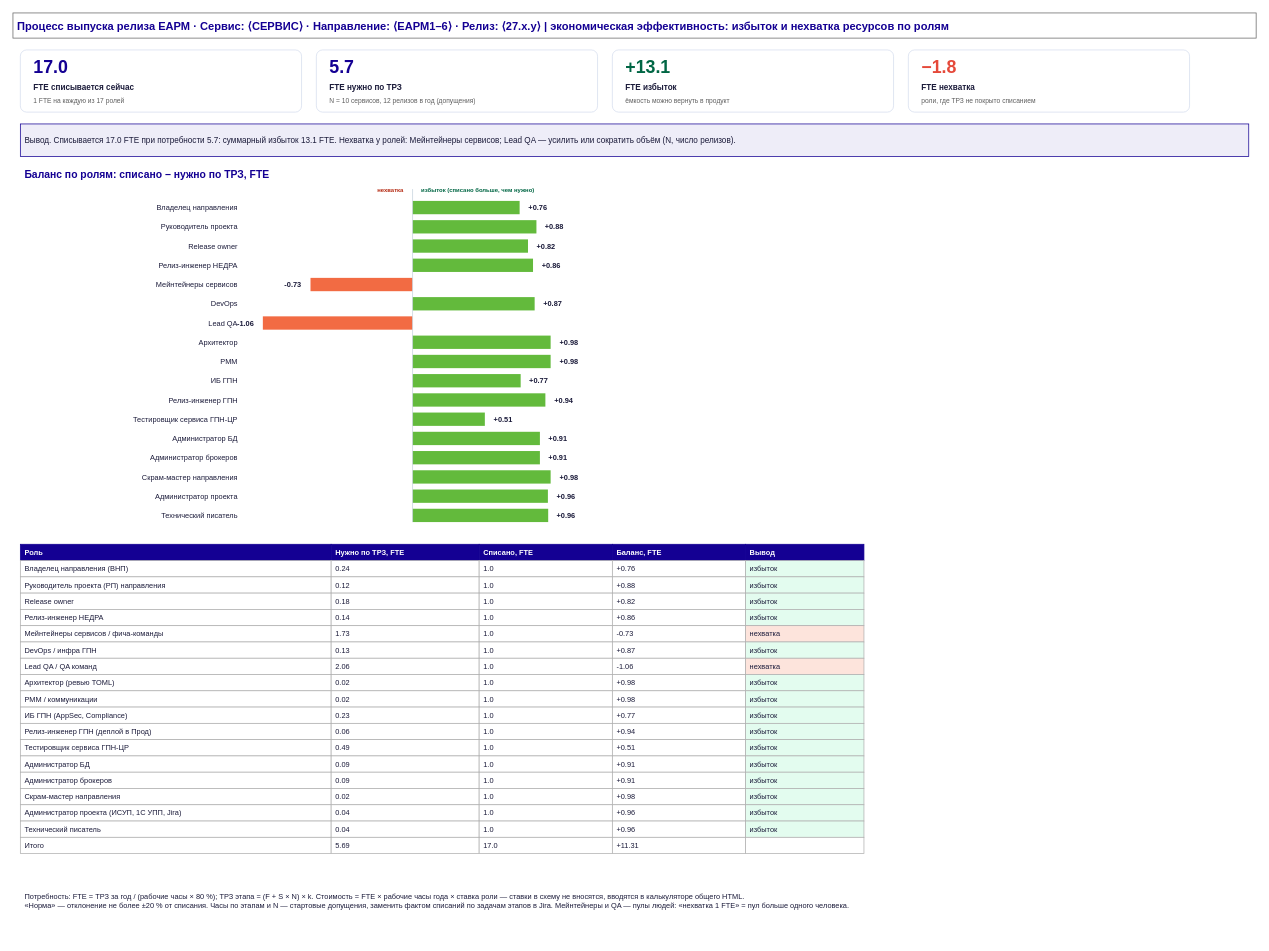
Earlier version of the draw.io diagram page "7. Экономика и ресурсы" (7 of 7) of docs/drawio/10-release-process.drawio (KMNV777/main_arsen). Source tidied: cells renumbered, new cells numbered last; positions are measured from the earlier drawing's top-left corner, leaving out a move shared by most shapes. Both pictures are drawn from the tidied source at 74%, with x=0, y=0 at pixel (13, 13).
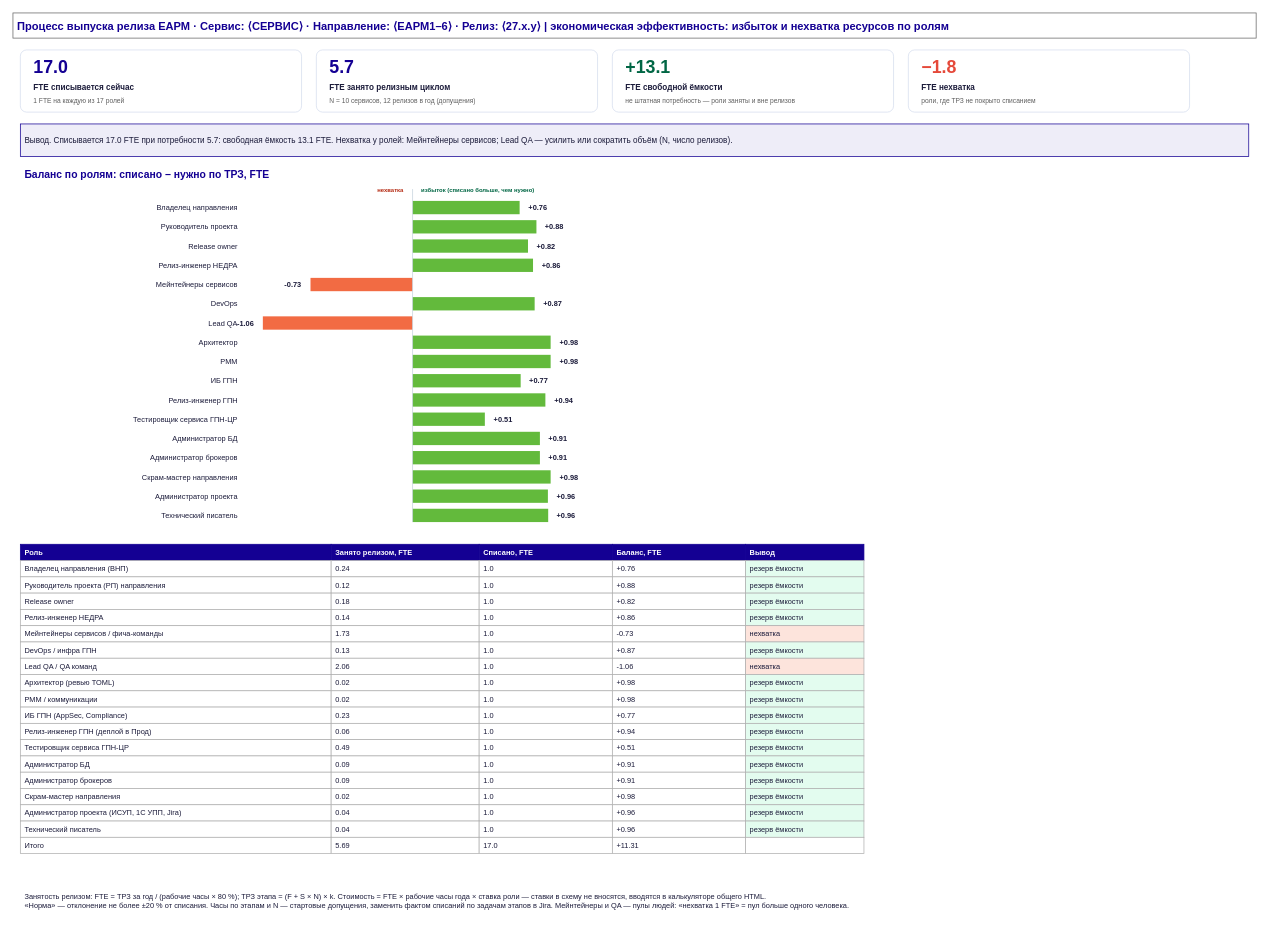
Above is the later version.

Change to the diagram source:
```diff
@@
-    <mxCell id="9" value="&lt;b&gt;FTE нужно по ТРЗ&lt;/b&gt;" style="text;html=1;whiteSpace=wrap;fillColor=none;strokeColor=none;strokeWidth=1;fontSize=11;fontColor=#1B1B3A;align=left;verticalAlign=middle;spacingLeft=4;spacingRight=4;spacingTop=2;spacingBottom=2;" parent="1" vertex="1">
+    <mxCell id="9" value="&lt;b&gt;FTE занято релизным циклом&lt;/b&gt;" style="text;html=1;whiteSpace=wrap;fillColor=none;strokeColor=none;strokeWidth=1;fontSize=11;fontColor=#1B1B3A;align=left;verticalAlign=middle;spacingLeft=4;spacingRight=4;spacingTop=2;spacingBottom=2;" parent="1" vertex="1">
       <mxGeometry x="422" y="90" width="356" height="20" as="geometry" />
     </mxCell>
@@
-    <mxCell id="13" value="&lt;b&gt;FTE избыток&lt;/b&gt;" style="text;html=1;whiteSpace=wrap;fillColor=none;strokeColor=none;strokeWidth=1;fontSize=11;fontColor=#1B1B3A;align=left;verticalAlign=middle;spacingLeft=4;spacingRight=4;spacingTop=2;spacingBottom=2;" parent="1" vertex="1">
+    <mxCell id="13" value="&lt;b&gt;FTE свободной ёмкости&lt;/b&gt;" style="text;html=1;whiteSpace=wrap;fillColor=none;strokeColor=none;strokeWidth=1;fontSize=11;fontColor=#1B1B3A;align=left;verticalAlign=middle;spacingLeft=4;spacingRight=4;spacingTop=2;spacingBottom=2;" parent="1" vertex="1">
       <mxGeometry x="822" y="90" width="356" height="20" as="geometry" />
     </mxCell>
-    <mxCell id="14" value="ёмкость можно вернуть в продукт" style="text;html=1;whiteSpace=wrap;fillColor=none;strokeColor=none;strokeWidth=1;fontSize=9;fontColor=#5E5E5E;align=left;verticalAlign=middle;spacingLeft=4;spacingRight=4;spacingTop=2;spacingBottom=2;" parent="1" vertex="1">
+    <mxCell id="14" value="не штатная потребность — роли заняты и вне релизов" style="text;html=1;whiteSpace=wrap;fillColor=none;strokeColor=none;strokeWidth=1;fontSize=9;fontColor=#5E5E5E;align=left;verticalAlign=middle;spacingLeft=4;spacingRight=4;spacingTop=2;spacingBottom=2;" parent="1" vertex="1">
       <mxGeometry x="822" y="108" width="356" height="22" as="geometry" />
     </mxCell>
@@
-    <mxCell id="19" value="Вывод. Списывается 17.0 FTE при потребности 5.7: суммарный избыток 13.1 FTE. Нехватка у ролей: Мейнтейнеры сервисов; Lead QA — усилить или сократить объём (N, число релизов)." style="rounded=0;whiteSpace=wrap;html=1;fillColor=#EEEDF8;strokeColor=#140093;strokeWidth=1;fontSize=11;fontColor=#1B1B3A;align=left;verticalAlign=middle;spacingLeft=4;spacingRight=4;spacingTop=2;spacingBottom=2;" parent="1" vertex="1">
+    <mxCell id="19" value="Вывод. Списывается 17.0 FTE при потребности 5.7: свободная ёмкость 13.1 FTE. Нехватка у ролей: Мейнтейнеры сервисов; Lead QA — усилить или сократить объём (N, число релизов)." style="rounded=0;whiteSpace=wrap;html=1;fillColor=#EEEDF8;strokeColor=#140093;strokeWidth=1;fontSize=11;fontColor=#1B1B3A;align=left;verticalAlign=middle;spacingLeft=4;spacingRight=4;spacingTop=2;spacingBottom=2;" parent="1" vertex="1">
       <mxGeometry x="10" y="150" width="1660" height="44" as="geometry" />
     </mxCell>
@@
-    <mxCell id="75" value="&lt;b&gt;Нужно по ТРЗ, FTE&lt;/b&gt;" style="rounded=0;whiteSpace=wrap;html=1;fillColor=#140093;strokeColor=#140093;strokeWidth=1;fontSize=10;fontColor=#FFFFFF;align=left;verticalAlign=middle;spacingLeft=4;spacingRight=4;spacingTop=2;spacingBottom=2;" parent="1" vertex="1">
+    <mxCell id="75" value="&lt;b&gt;Занято релизом, FTE&lt;/b&gt;" style="rounded=0;whiteSpace=wrap;html=1;fillColor=#140093;strokeColor=#140093;strokeWidth=1;fontSize=10;fontColor=#FFFFFF;align=left;verticalAlign=middle;spacingLeft=4;spacingRight=4;spacingTop=2;spacingBottom=2;" parent="1" vertex="1">
       <mxGeometry x="430" y="718" width="200" height="22" as="geometry" />
     </mxCell>
@@
-    <mxCell id="83" value="избыток" style="rounded=0;whiteSpace=wrap;html=1;fillColor=#E3FCEF;strokeColor=#B0B0B0;strokeWidth=1;fontSize=10;fontColor=#1B1B3A;align=left;verticalAlign=middle;spacingLeft=4;spacingRight=4;spacingTop=2;spacingBottom=2;" parent="1" vertex="1">
+    <mxCell id="83" value="резерв ёмкости" style="rounded=0;whiteSpace=wrap;html=1;fillColor=#E3FCEF;strokeColor=#B0B0B0;strokeWidth=1;fontSize=10;fontColor=#1B1B3A;align=left;verticalAlign=middle;spacingLeft=4;spacingRight=4;spacingTop=2;spacingBottom=2;" parent="1" vertex="1">
       <mxGeometry x="990" y="740" width="160" height="22" as="geometry" />
     </mxCell>
@@
-    <mxCell id="88" value="избыток" style="rounded=0;whiteSpace=wrap;html=1;fillColor=#E3FCEF;strokeColor=#B0B0B0;strokeWidth=1;fontSize=10;fontColor=#1B1B3A;align=left;verticalAlign=middle;spacingLeft=4;spacingRight=4;spacingTop=2;spacingBottom=2;" parent="1" vertex="1">
+    <mxCell id="88" value="резерв ёмкости" style="rounded=0;whiteSpace=wrap;html=1;fillColor=#E3FCEF;strokeColor=#B0B0B0;strokeWidth=1;fontSize=10;fontColor=#1B1B3A;align=left;verticalAlign=middle;spacingLeft=4;spacingRight=4;spacingTop=2;spacingBottom=2;" parent="1" vertex="1">
       <mxGeometry x="990" y="762" width="160" height="22" as="geometry" />
     </mxCell>
@@
-    <mxCell id="93" value="избыток" style="rounded=0;whiteSpace=wrap;html=1;fillColor=#E3FCEF;strokeColor=#B0B0B0;strokeWidth=1;fontSize=10;fontColor=#1B1B3A;align=left;verticalAlign=middle;spacingLeft=4;spacingRight=4;spacingTop=2;spacingBottom=2;" parent="1" vertex="1">
+    <mxCell id="93" value="резерв ёмкости" style="rounded=0;whiteSpace=wrap;html=1;fillColor=#E3FCEF;strokeColor=#B0B0B0;strokeWidth=1;fontSize=10;fontColor=#1B1B3A;align=left;verticalAlign=middle;spacingLeft=4;spacingRight=4;spacingTop=2;spacingBottom=2;" parent="1" vertex="1">
       <mxGeometry x="990" y="784" width="160" height="22" as="geometry" />
     </mxCell>
@@
-    <mxCell id="98" value="избыток" style="rounded=0;whiteSpace=wrap;html=1;fillColor=#E3FCEF;strokeColor=#B0B0B0;strokeWidth=1;fontSize=10;fontColor=#1B1B3A;align=left;verticalAlign=middle;spacingLeft=4;spacingRight=4;spacingTop=2;spacingBottom=2;" parent="1" vertex="1">
+    <mxCell id="98" value="резерв ёмкости" style="rounded=0;whiteSpace=wrap;html=1;fillColor=#E3FCEF;strokeColor=#B0B0B0;strokeWidth=1;fontSize=10;fontColor=#1B1B3A;align=left;verticalAlign=middle;spacingLeft=4;spacingRight=4;spacingTop=2;spacingBottom=2;" parent="1" vertex="1">
       <mxGeometry x="990" y="806" width="160" height="22" as="geometry" />
     </mxCell>
@@
-    <mxCell id="108" value="избыток" style="rounded=0;whiteSpace=wrap;html=1;fillColor=#E3FCEF;strokeColor=#B0B0B0;strokeWidth=1;fontSize=10;fontColor=#1B1B3A;align=left;verticalAlign=middle;spacingLeft=4;spacingRight=4;spacingTop=2;spacingBottom=2;" parent="1" vertex="1">
+    <mxCell id="108" value="резерв ёмкости" style="rounded=0;whiteSpace=wrap;html=1;fillColor=#E3FCEF;strokeColor=#B0B0B0;strokeWidth=1;fontSize=10;fontColor=#1B1B3A;align=left;verticalAlign=middle;spacingLeft=4;spacingRight=4;spacingTop=2;spacingBottom=2;" parent="1" vertex="1">
       <mxGeometry x="990" y="850" width="160" height="22" as="geometry" />
     </mxCell>
@@
-    <mxCell id="118" value="избыток" style="rounded=0;whiteSpace=wrap;html=1;fillColor=#E3FCEF;strokeColor=#B0B0B0;strokeWidth=1;fontSize=10;fontColor=#1B1B3A;align=left;verticalAlign=middle;spacingLeft=4;spacingRight=4;spacingTop=2;spacingBottom=2;" parent="1" vertex="1">
+    <mxCell id="118" value="резерв ёмкости" style="rounded=0;whiteSpace=wrap;html=1;fillColor=#E3FCEF;strokeColor=#B0B0B0;strokeWidth=1;fontSize=10;fontColor=#1B1B3A;align=left;verticalAlign=middle;spacingLeft=4;spacingRight=4;spacingTop=2;spacingBottom=2;" parent="1" vertex="1">
       <mxGeometry x="990" y="894" width="160" height="22" as="geometry" />
     </mxCell>
@@
-    <mxCell id="123" value="избыток" style="rounded=0;whiteSpace=wrap;html=1;fillColor=#E3FCEF;strokeColor=#B0B0B0;strokeWidth=1;fontSize=10;fontColor=#1B1B3A;align=left;verticalAlign=middle;spacingLeft=4;spacingRight=4;spacingTop=2;spacingBottom=2;" parent="1" vertex="1">
+    <mxCell id="123" value="резерв ёмкости" style="rounded=0;whiteSpace=wrap;html=1;fillColor=#E3FCEF;strokeColor=#B0B0B0;strokeWidth=1;fontSize=10;fontColor=#1B1B3A;align=left;verticalAlign=middle;spacingLeft=4;spacingRight=4;spacingTop=2;spacingBottom=2;" parent="1" vertex="1">
       <mxGeometry x="990" y="916" width="160" height="22" as="geometry" />
     </mxCell>
@@
-    <mxCell id="128" value="избыток" style="rounded=0;whiteSpace=wrap;html=1;fillColor=#E3FCEF;strokeColor=#B0B0B0;strokeWidth=1;fontSize=10;fontColor=#1B1B3A;align=left;verticalAlign=middle;spacingLeft=4;spacingRight=4;spacingTop=2;spacingBottom=2;" parent="1" vertex="1">
+    <mxCell id="128" value="резерв ёмкости" style="rounded=0;whiteSpace=wrap;html=1;fillColor=#E3FCEF;strokeColor=#B0B0B0;strokeWidth=1;fontSize=10;fontColor=#1B1B3A;align=left;verticalAlign=middle;spacingLeft=4;spacingRight=4;spacingTop=2;spacingBottom=2;" parent="1" vertex="1">
       <mxGeometry x="990" y="938" width="160" height="22" as="geometry" />
     </mxCell>
@@
-    <mxCell id="133" value="избыток" style="rounded=0;whiteSpace=wrap;html=1;fillColor=#E3FCEF;strokeColor=#B0B0B0;strokeWidth=1;fontSize=10;fontColor=#1B1B3A;align=left;verticalAlign=middle;spacingLeft=4;spacingRight=4;spacingTop=2;spacingBottom=2;" parent="1" vertex="1">
+    <mxCell id="133" value="резерв ёмкости" style="rounded=0;whiteSpace=wrap;html=1;fillColor=#E3FCEF;strokeColor=#B0B0B0;strokeWidth=1;fontSize=10;fontColor=#1B1B3A;align=left;verticalAlign=middle;spacingLeft=4;spacingRight=4;spacingTop=2;spacingBottom=2;" parent="1" vertex="1">
       <mxGeometry x="990" y="960" width="160" height="22" as="geometry" />
     </mxCell>
@@
-    <mxCell id="138" value="избыток" style="rounded=0;whiteSpace=wrap;html=1;fillColor=#E3FCEF;strokeColor=#B0B0B0;strokeWidth=1;fontSize=10;fontColor=#1B1B3A;align=left;verticalAlign=middle;spacingLeft=4;spacingRight=4;spacingTop=2;spacingBottom=2;" parent="1" vertex="1">
+    <mxCell id="138" value="резерв ёмкости" style="rounded=0;whiteSpace=wrap;html=1;fillColor=#E3FCEF;strokeColor=#B0B0B0;strokeWidth=1;fontSize=10;fontColor=#1B1B3A;align=left;verticalAlign=middle;spacingLeft=4;spacingRight=4;spacingTop=2;spacingBottom=2;" parent="1" vertex="1">
       <mxGeometry x="990" y="982" width="160" height="22" as="geometry" />
     </mxCell>
@@
-    <mxCell id="143" value="избыток" style="rounded=0;whiteSpace=wrap;html=1;fillColor=#E3FCEF;strokeColor=#B0B0B0;strokeWidth=1;fontSize=10;fontColor=#1B1B3A;align=left;verticalAlign=middle;spacingLeft=4;spacingRight=4;spacingTop=2;spacingBottom=2;" parent="1" vertex="1">
+    <mxCell id="143" value="резерв ёмкости" style="rounded=0;whiteSpace=wrap;html=1;fillColor=#E3FCEF;strokeColor=#B0B0B0;strokeWidth=1;fontSize=10;fontColor=#1B1B3A;align=left;verticalAlign=middle;spacingLeft=4;spacingRight=4;spacingTop=2;spacingBottom=2;" parent="1" vertex="1">
       <mxGeometry x="990" y="1004" width="160" height="22" as="geometry" />
     </mxCell>
@@
-    <mxCell id="148" value="избыток" style="rounded=0;whiteSpace=wrap;html=1;fillColor=#E3FCEF;strokeColor=#B0B0B0;strokeWidth=1;fontSize=10;fontColor=#1B1B3A;align=left;verticalAlign=middle;spacingLeft=4;spacingRight=4;spacingTop=2;spacingBottom=2;" parent="1" vertex="1">
+    <mxCell id="148" value="резерв ёмкости" style="rounded=0;whiteSpace=wrap;html=1;fillColor=#E3FCEF;strokeColor=#B0B0B0;strokeWidth=1;fontSize=10;fontColor=#1B1B3A;align=left;verticalAlign=middle;spacingLeft=4;spacingRight=4;spacingTop=2;spacingBottom=2;" parent="1" vertex="1">
       <mxGeometry x="990" y="1026" width="160" height="22" as="geometry" />
     </mxCell>
@@
-    <mxCell id="153" value="избыток" style="rounded=0;whiteSpace=wrap;html=1;fillColor=#E3FCEF;strokeColor=#B0B0B0;strokeWidth=1;fontSize=10;fontColor=#1B1B3A;align=left;verticalAlign=middle;spacingLeft=4;spacingRight=4;spacingTop=2;spacingBottom=2;" parent="1" vertex="1">
+    <mxCell id="153" value="резерв ёмкости" style="rounded=0;whiteSpace=wrap;html=1;fillColor=#E3FCEF;strokeColor=#B0B0B0;strokeWidth=1;fontSize=10;fontColor=#1B1B3A;align=left;verticalAlign=middle;spacingLeft=4;spacingRight=4;spacingTop=2;spacingBottom=2;" parent="1" vertex="1">
       <mxGeometry x="990" y="1048" width="160" height="22" as="geometry" />
     </mxCell>
@@
-    <mxCell id="158" value="избыток" style="rounded=0;whiteSpace=wrap;html=1;fillColor=#E3FCEF;strokeColor=#B0B0B0;strokeWidth=1;fontSize=10;fontColor=#1B1B3A;align=left;verticalAlign=middle;spacingLeft=4;spacingRight=4;spacingTop=2;spacingBottom=2;" parent="1" vertex="1">
+    <mxCell id="158" value="резерв ёмкости" style="rounded=0;whiteSpace=wrap;html=1;fillColor=#E3FCEF;strokeColor=#B0B0B0;strokeWidth=1;fontSize=10;fontColor=#1B1B3A;align=left;verticalAlign=middle;spacingLeft=4;spacingRight=4;spacingTop=2;spacingBottom=2;" parent="1" vertex="1">
       <mxGeometry x="990" y="1070" width="160" height="22" as="geometry" />
     </mxCell>
@@
-    <mxCell id="163" value="избыток" style="rounded=0;whiteSpace=wrap;html=1;fillColor=#E3FCEF;strokeColor=#B0B0B0;strokeWidth=1;fontSize=10;fontColor=#1B1B3A;align=left;verticalAlign=middle;spacingLeft=4;spacingRight=4;spacingTop=2;spacingBottom=2;" parent="1" vertex="1">
+    <mxCell id="163" value="резерв ёмкости" style="rounded=0;whiteSpace=wrap;html=1;fillColor=#E3FCEF;strokeColor=#B0B0B0;strokeWidth=1;fontSize=10;fontColor=#1B1B3A;align=left;verticalAlign=middle;spacingLeft=4;spacingRight=4;spacingTop=2;spacingBottom=2;" parent="1" vertex="1">
       <mxGeometry x="990" y="1092" width="160" height="22" as="geometry" />
     </mxCell>
@@
-    <mxCell id="169" value="Потребность: FTE = ТРЗ за год / (рабочие часы × 80 %); ТРЗ этапа = (F + S × N) × k. Стоимость = FTE × рабочие часы года × ставка роли — ставки в схему не вносятся, вводятся в калькуляторе общего HTML.&lt;br&gt;«Норма» — отклонение не более ±20 % от списания. Часы по этапам и N — стартовые допущения, заменить фактом списаний по задачам этапов в Jira. Мейнтейнеры и QA — пулы людей: «нехватка 1 FTE» = пул больше одного человека." style="text;html=1;whiteSpace=wrap;fillColor=none;strokeColor=none;strokeWidth=1;fontSize=10;fontColor=#1B1B3A;align=left;verticalAlign=middle;spacingLeft=4;spacingRight=4;spacingTop=2;spacingBottom=2;" parent="1" vertex="1">
+    <mxCell id="169" value="Занятость релизом: FTE = ТРЗ за год / (рабочие часы × 80 %); ТРЗ этапа = (F + S × N) × k. Стоимость = FTE × рабочие часы года × ставка роли — ставки в схему не вносятся, вводятся в калькуляторе общего HTML.&lt;br&gt;«Норма» — отклонение не более ±20 % от списания. Часы по этапам и N — стартовые допущения, заменить фактом списаний по задачам этапов в Jira. Мейнтейнеры и QA — пулы людей: «нехватка 1 FTE» = пул больше одного человека." style="text;html=1;whiteSpace=wrap;fillColor=none;strokeColor=none;strokeWidth=1;fontSize=10;fontColor=#1B1B3A;align=left;verticalAlign=middle;spacingLeft=4;spacingRight=4;spacingTop=2;spacingBottom=2;" parent="1" vertex="1">
       <mxGeometry x="10" y="1150" width="1660" height="100" as="geometry" />
     </mxCell>
```
